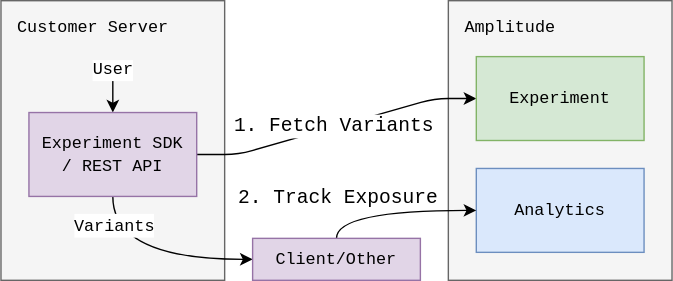
This is docs/assets/images/experiment/server-side-remote-overview.drawio.svg from Amplitude-Developer-Docs/amplitude-dev-center, a draw.io export, as it was before one commit. Source tidied: cells renumbered, new cells last; positions are measured from the earlier drawing's top-left corner, leaving out a move shared by most shapes.
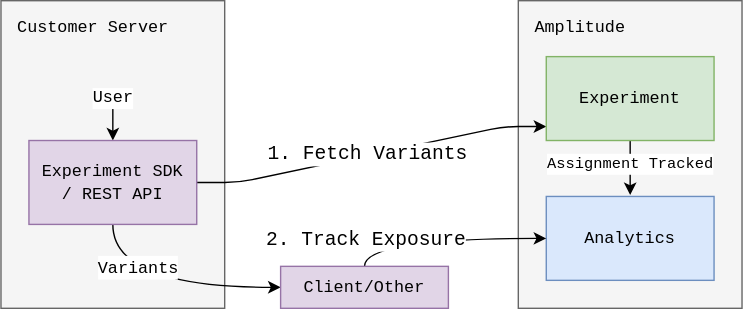
The same file after the commit.

Commit message:
initial client-side local evaluation docs updates for js sdk (#947)

Diff of the diagram source:
```diff
@@ -3,16 +3,18 @@
     <mxCell id="0" />
     <mxCell id="1" parent="0" />
     <mxCell id="2" style="rounded=0;whiteSpace=wrap;html=1;fillColor=#f5f5f5;strokeColor=#666666;fontColor=#333333;" parent="1" vertex="1">
-      <mxGeometry x="320" width="160" height="200" as="geometry" />
+      <mxGeometry x="320" width="160" height="220" as="geometry" />
     </mxCell>
     <mxCell id="3" style="rounded=0;whiteSpace=wrap;html=1;fillColor=#f5f5f5;strokeColor=#666666;fontColor=#333333;" parent="1" vertex="1">
-      <mxGeometry width="160" height="200" as="geometry" />
+      <mxGeometry x="-50" width="160" height="220" as="geometry" />
     </mxCell>
     <mxCell id="4" value="&lt;span style=&quot;font-weight: normal&quot;&gt;Customer Server&lt;/span&gt;" style="text;html=1;strokeColor=none;fillColor=none;align=left;verticalAlign=middle;whiteSpace=wrap;rounded=0;fontFamily=Courier New;fontSize=12;fontStyle=1;" parent="1" vertex="1">
-      <mxGeometry x="10" y="10" width="170" height="20" as="geometry" />
+      <mxGeometry x="-40" y="10" width="140" height="20" as="geometry" />
     </mxCell>
-    <mxCell id="5" style="edgeStyle=entityRelationEdgeStyle;html=1;exitX=1;exitY=0.5;exitDx=0;exitDy=0;entryX=0;entryY=0.5;entryDx=0;entryDy=0;fontFamily=Courier New;fontSize=12;" parent="1" edge="1" source="10" target="13">
-      <mxGeometry relative="1" as="geometry" />
+    <mxCell id="5" style="edgeStyle=entityRelationEdgeStyle;html=1;exitX=1;exitY=0.5;exitDx=0;exitDy=0;entryX=0;entryY=0.5;entryDx=0;entryDy=0;fontFamily=Courier New;fontSize=12;" parent="1" edge="1" source="10">
+      <mxGeometry relative="1" as="geometry">
+        <mxPoint x="340" y="90" as="targetPoint" />
+      </mxGeometry>
     </mxCell>
     <mxCell id="6" value="&lt;font style=&quot;font-size: 14px&quot;&gt;1. Fetch Variants&lt;/font&gt;" style="edgeLabel;html=1;align=center;verticalAlign=middle;fontFamily=Courier New;" parent="5" vertex="1">
       <mxGeometry x="-0.06" relative="1" as="geometry">
@@ -21,7 +23,7 @@
     </mxCell>
     <mxCell id="7" value="&lt;font style=&quot;font-size: 12px&quot; face=&quot;Courier New&quot;&gt;User&lt;/font&gt;" style="edgeStyle=none;html=1;exitX=0.5;exitY=0;exitDx=0;exitDy=0;startArrow=classic;startFill=1;endArrow=none;endFill=0;" parent="1" edge="1" source="10">
       <mxGeometry x="1" relative="1" as="geometry">
-        <mxPoint x="80" y="50" as="targetPoint" />
+        <mxPoint x="30" y="70" as="targetPoint" />
       </mxGeometry>
     </mxCell>
     <mxCell id="8" style="edgeStyle=orthogonalEdgeStyle;curved=1;html=1;exitX=0.5;exitY=1;exitDx=0;exitDy=0;entryX=0;entryY=0.5;entryDx=0;entryDy=0;fontFamily=Courier New;fontSize=14;startArrow=none;startFill=0;endArrow=classic;endFill=1;" parent="1" edge="1" source="10" target="16">
@@ -29,35 +31,37 @@
     </mxCell>
     <mxCell id="9" value="&lt;font style=&quot;font-size: 12px&quot;&gt;Variants&lt;/font&gt;" style="edgeLabel;html=1;align=center;verticalAlign=middle;fontSize=14;fontFamily=Courier New;" parent="8" vertex="1">
       <mxGeometry x="-0.15" y="12" relative="1" as="geometry">
-        <mxPoint x="-17" y="-13" as="offset" />
+        <mxPoint x="-8" y="-3" as="offset" />
       </mxGeometry>
     </mxCell>
     <mxCell id="10" value="&lt;font face=&quot;Courier New&quot;&gt;Experiment SDK&lt;br&gt;/ REST API&lt;br&gt;&lt;/font&gt;" style="rounded=0;whiteSpace=wrap;html=1;fillColor=#e1d5e7;strokeColor=#9673a6;" parent="1" vertex="1">
-      <mxGeometry x="20" y="80" width="120" height="60" as="geometry" />
+      <mxGeometry x="-30" y="100" width="120" height="60" as="geometry" />
     </mxCell>
     <mxCell id="11" value="&lt;span style=&quot;font-weight: normal&quot;&gt;Amplitude&lt;/span&gt;" style="text;html=1;strokeColor=none;fillColor=none;align=left;verticalAlign=middle;whiteSpace=wrap;rounded=0;fontFamily=Courier New;fontSize=12;fontStyle=1;" parent="1" vertex="1">
       <mxGeometry x="330" y="10" width="100" height="20" as="geometry" />
     </mxCell>
     <mxCell id="12" value="&lt;font face=&quot;Courier New&quot;&gt;Analytics&lt;/font&gt;" style="rounded=0;whiteSpace=wrap;html=1;fillColor=#dae8fc;strokeColor=#6c8ebf;" parent="1" vertex="1">
-      <mxGeometry x="340" y="120" width="120" height="60" as="geometry" />
+      <mxGeometry x="340" y="140" width="120" height="60" as="geometry" />
     </mxCell>
+    <mxCell id="17" value="&lt;font face=&quot;Courier New&quot;&gt;Assignment Tracked&lt;/font&gt;" style="edgeStyle=orthogonalEdgeStyle;curved=1;html=1;exitX=0.5;exitY=1;exitDx=0;exitDy=0;entryX=0.5;entryY=0;entryDx=0;entryDy=0;" parent="1" edge="1">
+      <mxGeometry x="-0.1" relative="1" as="geometry">
+        <mxPoint x="400" y="99" as="sourcePoint" />
+        <mxPoint x="400" y="139" as="targetPoint" />
+      </mxGeometry>
+    </mxCell>
     <mxCell id="13" value="&lt;font face=&quot;Courier New&quot;&gt;Experiment&lt;/font&gt;" style="rounded=0;whiteSpace=wrap;html=1;fillColor=#d5e8d4;strokeColor=#82b366;" parent="1" vertex="1">
       <mxGeometry x="340" y="40" width="120" height="60" as="geometry" />
     </mxCell>
-    <mxCell id="14" style="edgeStyle=orthogonalEdgeStyle;html=1;exitX=0.5;exitY=0;exitDx=0;exitDy=0;entryX=0;entryY=0.5;entryDx=0;entryDy=0;fontFamily=Courier New;fontSize=12;startArrow=none;startFill=0;endArrow=classic;endFill=1;curved=1;" parent="1" edge="1" source="16" target="12">
-      <mxGeometry relative="1" as="geometry">
-        <Array as="points">
-          <mxPoint x="240" y="150" />
-        </Array>
-      </mxGeometry>
+    <mxCell id="14" style="edgeStyle=orthogonalEdgeStyle;html=1;entryX=0;entryY=0.5;entryDx=0;entryDy=0;fontFamily=Courier New;fontSize=12;startArrow=none;startFill=0;endArrow=classic;endFill=1;exitX=0.5;exitY=0;exitDx=0;exitDy=0;curved=1;" parent="1" edge="1" source="16" target="12">
+      <mxGeometry relative="1" as="geometry" />
     </mxCell>
     <mxCell id="15" value="&lt;font style=&quot;font-size: 14px&quot;&gt;2. Track Exposure&lt;/font&gt;" style="edgeLabel;html=1;align=center;verticalAlign=middle;fontSize=12;fontFamily=Courier New;" parent="14" vertex="1">
       <mxGeometry x="0.01" relative="1" as="geometry">
-        <mxPoint x="-40" y="-10" as="offset" />
+        <mxPoint x="-56" as="offset" />
       </mxGeometry>
     </mxCell>
     <mxCell id="16" value="&lt;font face=&quot;Courier New&quot;&gt;Client/Other&lt;/font&gt;" style="rounded=0;whiteSpace=wrap;html=1;fillColor=#e1d5e7;strokeColor=#9673a6;" parent="1" vertex="1">
-      <mxGeometry x="180" y="170" width="120" height="30" as="geometry" />
+      <mxGeometry x="150" y="190" width="120" height="30" as="geometry" />
     </mxCell>
   </root>
 </mxGraphModel>
```
